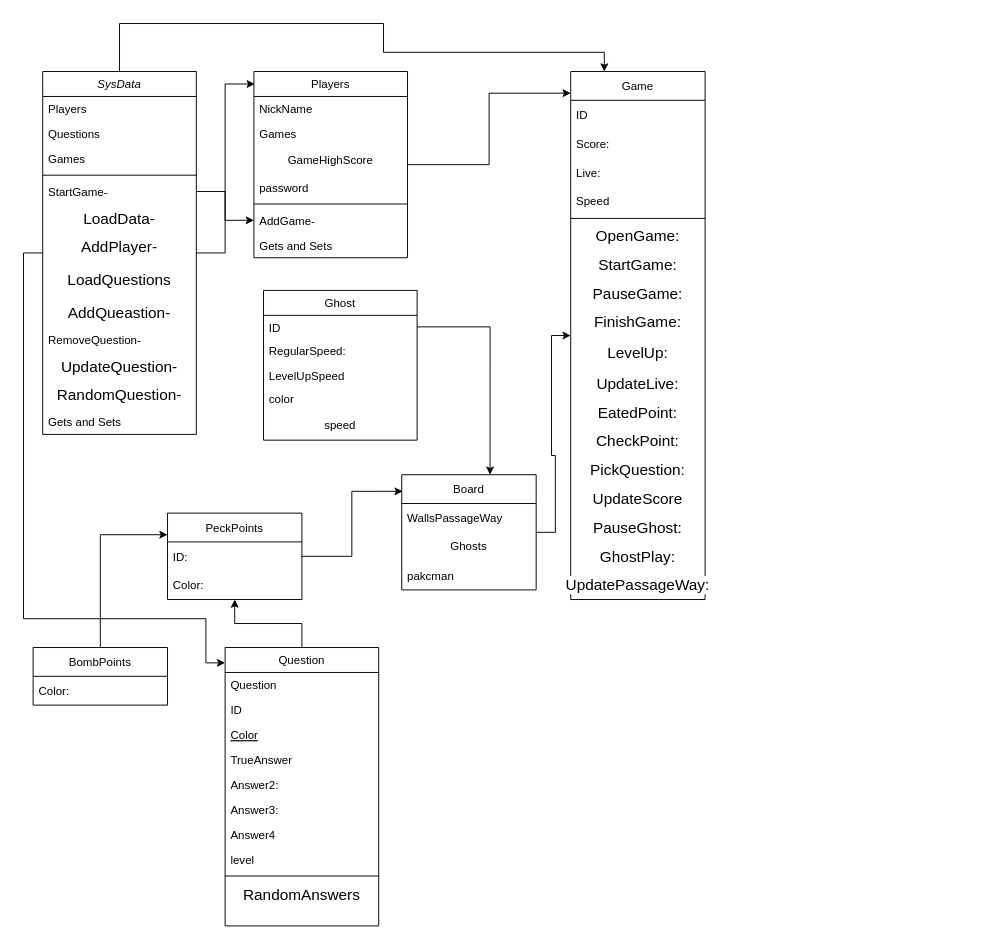
muhammad197/Pack-Man keeps this draw.io diagram as Untitled Diagram.drawio. Above is the earlier version. Source tidied: cells renumbered, new cells numbered last; positions are measured from the earlier drawing's top-left corner, leaving out a move shared by most shapes. Both pictures are drawn from the tidied source at 96%, with x=0, y=0 at pixel (23, 23).
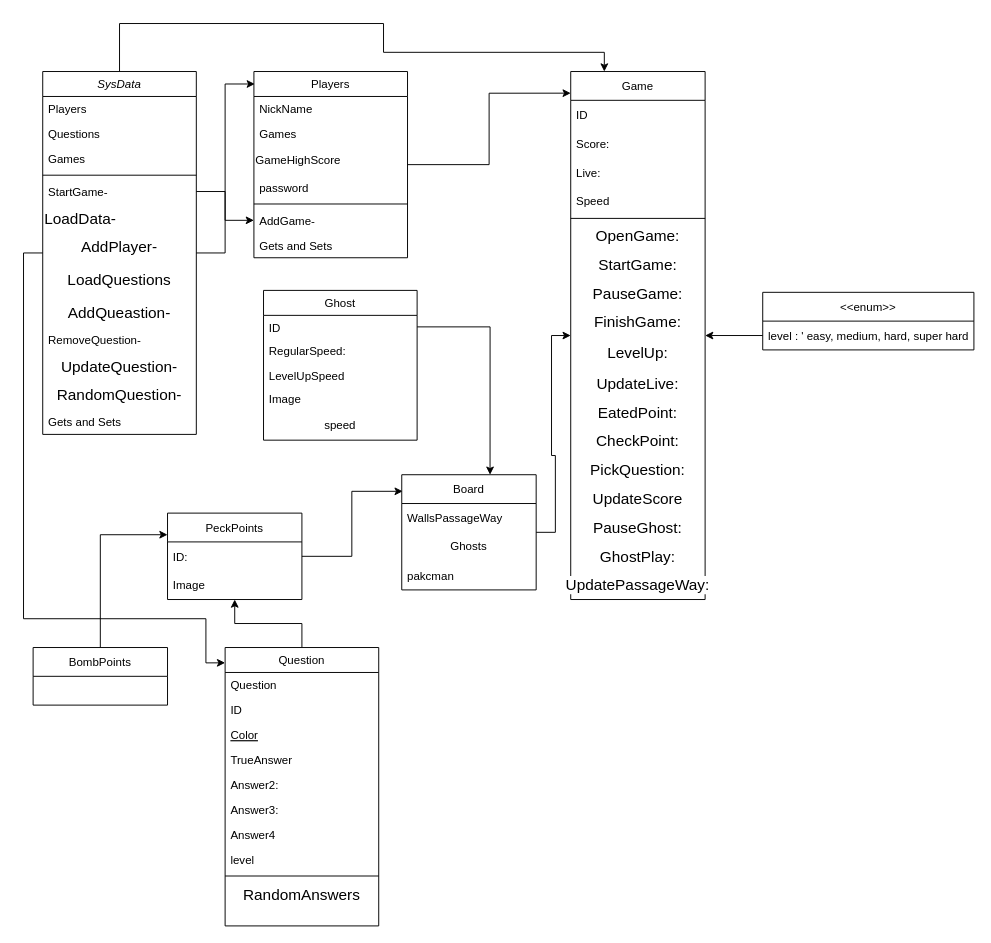
After the change.

Unchanged cells that the change refers to:
```xml
<mxCell id="5" value="SysData" style="swimlane;fontStyle=2;align=center;verticalAlign=top;horizontal=1;startSize=26;rounded=0;shadow=0;strokeWidth=1;" parent="1" vertex="1">
  <mxGeometry x="20" y="50" width="160" height="378" as="geometry" />
</mxCell>
<mxCell id="31" value="Ghost" style="swimlane;fontStyle=0;align=center;verticalAlign=top;horizontal=1;startSize=26;rounded=0;shadow=0;strokeWidth=1;" parent="1" vertex="1">
  <mxGeometry x="250" y="278" width="160" height="156" as="geometry" />
</mxCell>
<mxCell id="38" value="Players" style="swimlane;fontStyle=0;align=center;verticalAlign=top;horizontal=1;startSize=26;rounded=0;shadow=0;strokeWidth=1;" parent="1" vertex="1">
  <mxGeometry x="240" y="50" width="160" height="194" as="geometry" />
</mxCell>
<mxCell id="46" value="Game" style="swimlane;fontStyle=0;horizontal=1;startSize=30;" parent="1" vertex="1">
  <mxGeometry x="570" y="50" width="140" height="550" as="geometry" />
</mxCell>
<mxCell id="66" value="PeckPoints" style="swimlane;fontStyle=0;horizontal=1;startSize=30;" parent="1" vertex="1">
  <mxGeometry x="150" y="510" width="140" height="90" as="geometry" />
</mxCell>
<mxCell id="70" value="BombPoints" style="swimlane;fontStyle=0;horizontal=1;startSize=30;" parent="1" vertex="1">
  <mxGeometry x="10" y="650" width="140" height="60" as="geometry" />
</mxCell>
```

Diff of the diagram source:
```diff
@@
-    <mxCell id="11" value="&lt;div class=&quot;page&quot; title=&quot;Page 9&quot;&gt;&lt;div class=&quot;section&quot; style=&quot;background-color: rgb(255 , 255 , 255)&quot;&gt;&lt;div class=&quot;layoutArea&quot;&gt;&lt;div class=&quot;column&quot;&gt;&lt;p&gt;&lt;span style=&quot;font-size: 12pt ; font-family: &amp;#34;arialmt&amp;#34;&quot;&gt;LoadData-&lt;/span&gt;&lt;/p&gt;&lt;/div&gt;&lt;/div&gt;&lt;/div&gt;&lt;/div&gt;" style="text;html=1;strokeColor=none;fillColor=none;align=center;verticalAlign=middle;whiteSpace=wrap;rounded=0;" parent="5" vertex="1">
+    <mxCell id="11" value="&lt;div class=&quot;page&quot; title=&quot;Page 9&quot;&gt;&lt;div class=&quot;section&quot; style=&quot;background-color: rgb(255 , 255 , 255)&quot;&gt;&lt;div class=&quot;layoutArea&quot;&gt;&lt;div class=&quot;column&quot;&gt;&lt;p&gt;&lt;span style=&quot;font-size: 12pt ; font-family: &amp;quot;arialmt&amp;quot;&quot;&gt;LoadData-&lt;/span&gt;&lt;/p&gt;&lt;/div&gt;&lt;/div&gt;&lt;/div&gt;&lt;/div&gt;" style="text;html=1;strokeColor=none;fillColor=none;align=left;verticalAlign=middle;whiteSpace=wrap;rounded=0;" parent="5" vertex="1">
       <mxGeometry y="138" width="160" height="30" as="geometry" />
     </mxCell>
@@
-    <mxCell id="35" value="color" style="text;align=left;verticalAlign=top;spacingLeft=4;spacingRight=4;overflow=hidden;" parent="31" vertex="1">
+    <mxCell id="35" value="Image" style="text;align=left;verticalAlign=top;spacingLeft=4;spacingRight=4;overflow=hidden;" parent="31" vertex="1">
       <mxGeometry y="100" width="160" height="26" as="geometry" />
     </mxCell>
@@
-    <mxCell id="41" value="GameHighScore" style="text;html=1;strokeColor=none;fillColor=none;align=center;verticalAlign=middle;whiteSpace=wrap;rounded=0;" parent="38" vertex="1">
+    <mxCell id="41" value="GameHighScore" style="text;html=1;strokeColor=none;fillColor=none;align=left;verticalAlign=middle;whiteSpace=wrap;rounded=0;" parent="38" vertex="1">
       <mxGeometry y="78" width="160" height="30" as="geometry" />
     </mxCell>
@@
-    <mxCell id="68" value="Color:" style="text;strokeColor=none;fillColor=none;align=left;verticalAlign=middle;spacingLeft=4;spacingRight=4;overflow=hidden;" parent="66" vertex="1">
+    <mxCell id="68" value="Image" style="text;strokeColor=none;fillColor=none;align=left;verticalAlign=middle;spacingLeft=4;spacingRight=4;overflow=hidden;" parent="66" vertex="1">
       <mxGeometry y="60" width="140" height="30" as="geometry" />
     </mxCell>
@@
-    <mxCell id="71" value="Color:" style="text;strokeColor=none;fillColor=none;align=left;verticalAlign=middle;spacingLeft=4;spacingRight=4;overflow=hidden;" parent="70" vertex="1">
-      <mxGeometry y="30" width="140" height="30" as="geometry" />
-    </mxCell>
@@
+    <mxCell id="79" value="&lt;&lt;enum&gt;&gt;" style="swimlane;fontStyle=0;horizontal=1;startSize=30;align=center;" parent="1" vertex="1">
+      <mxGeometry x="770" y="280" width="220" height="60" as="geometry" />
+    </mxCell>
+    <mxCell id="80" value="level : ' easy, medium, hard, super hard '" style="text;strokeColor=none;fillColor=none;align=left;verticalAlign=middle;spacingLeft=4;spacingRight=4;overflow=hidden;points=[[0,0.5],[1,0.5]];portConstraint=eastwest;" parent="79" vertex="1">
+      <mxGeometry y="30" width="220" height="30" as="geometry" />
+    </mxCell>
+    <mxCell id="81" style="edgeStyle=orthogonalEdgeStyle;rounded=0;jettySize=auto;html=1;" parent="1" edge="1" source="80" target="46">
+      <mxGeometry relative="1" as="geometry" />
+    </mxCell>
```
